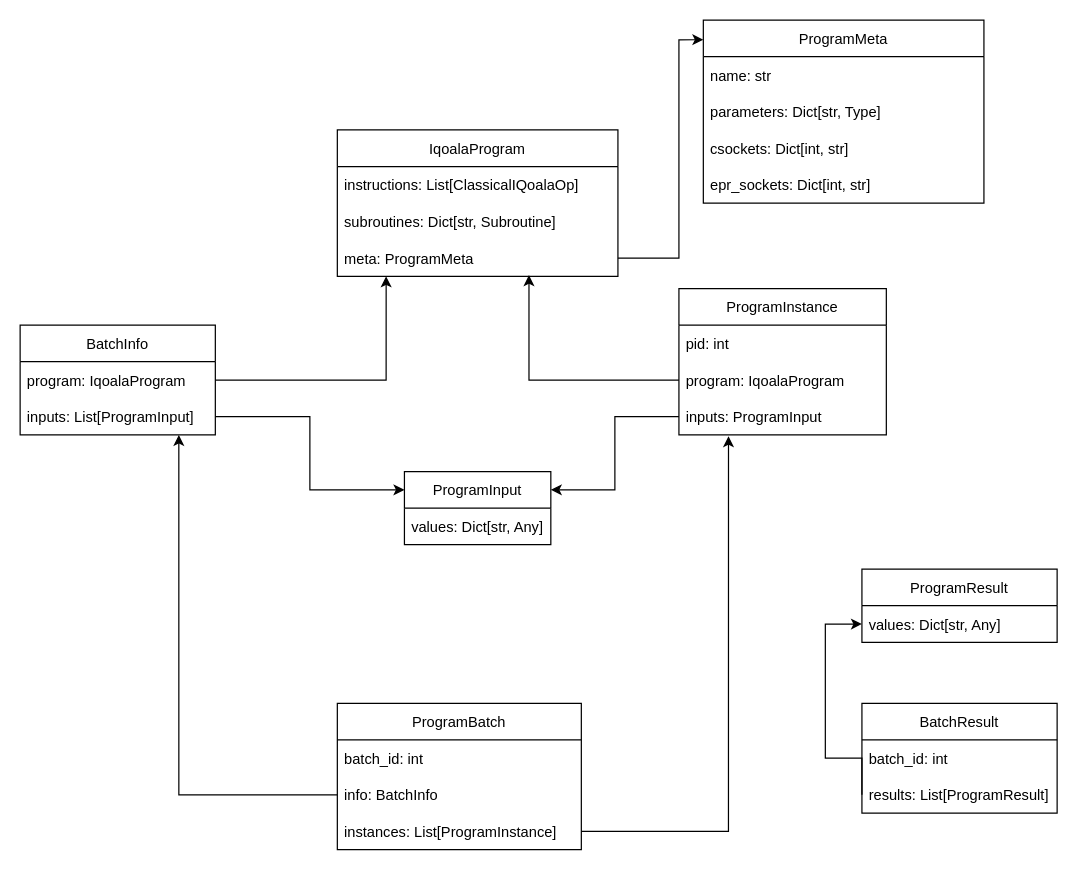
Above: qoala/arch/program_classes.drawio in QuTech-Delft/qoala-sim (draw.io), before the change. Source tidied: cells renumbered, new cells numbered last; positions are measured from the earlier drawing's top-left corner, leaving out a move shared by most shapes. Both pictures are drawn from the tidied source at 122%, with x=0, y=0 at pixel (20, 20).
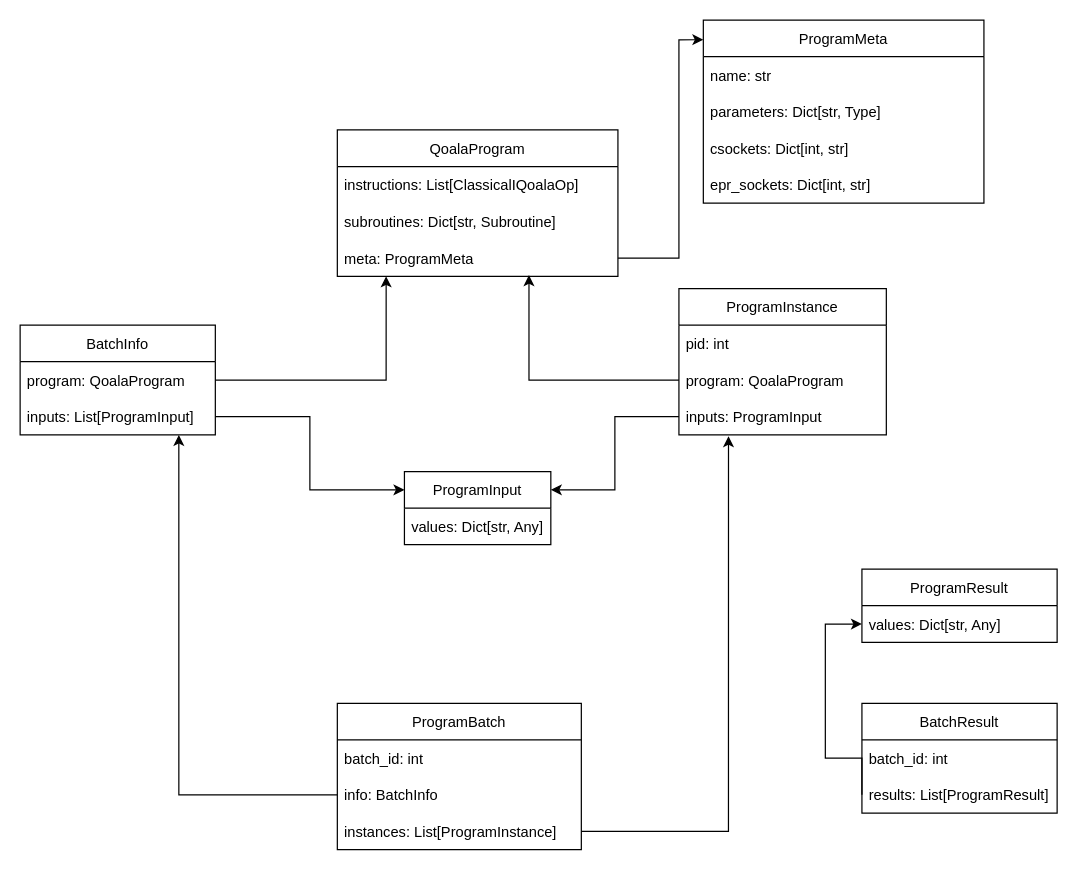
The same page after the edit.

Unchanged cells that the change refers to:
```xml
<mxCell id="6" value="BatchInfo" style="swimlane;fontStyle=0;horizontal=1;startSize=30;" parent="1" vertex="1">
  <mxGeometry y="250" width="160" height="90" as="geometry" />
</mxCell>
<mxCell id="9" value="ProgramInstance" style="swimlane;fontStyle=0;horizontal=1;startSize=30;" parent="1" vertex="1">
  <mxGeometry x="540" y="220" width="170" height="120" as="geometry" />
</mxCell>
```

Diff of the diagram source:
```diff
@@
-    <mxCell id="2" value="IqoalaProgram" style="swimlane;fontStyle=0;horizontal=1;startSize=30;" parent="1" vertex="1">
+    <mxCell id="2" value="QoalaProgram" style="swimlane;fontStyle=0;horizontal=1;startSize=30;" parent="1" vertex="1">
       <mxGeometry x="260" y="90" width="230" height="120" as="geometry" />
     </mxCell>
@@
-    <mxCell id="7" value="program: IqoalaProgram" style="text;strokeColor=none;fillColor=none;align=left;verticalAlign=middle;spacingLeft=4;spacingRight=4;overflow=hidden;points=[[0,0.5],[1,0.5]];portConstraint=eastwest;" parent="6" vertex="1">
+    <mxCell id="7" value="program: QoalaProgram" style="text;strokeColor=none;fillColor=none;align=left;verticalAlign=middle;spacingLeft=4;spacingRight=4;overflow=hidden;points=[[0,0.5],[1,0.5]];portConstraint=eastwest;" parent="6" vertex="1">
       <mxGeometry y="30" width="160" height="30" as="geometry" />
     </mxCell>
@@
-    <mxCell id="11" value="program: IqoalaProgram" style="text;strokeColor=none;fillColor=none;align=left;verticalAlign=middle;spacingLeft=4;spacingRight=4;overflow=hidden;points=[[0,0.5],[1,0.5]];portConstraint=eastwest;" parent="9" vertex="1">
+    <mxCell id="11" value="program: QoalaProgram" style="text;strokeColor=none;fillColor=none;align=left;verticalAlign=middle;spacingLeft=4;spacingRight=4;overflow=hidden;points=[[0,0.5],[1,0.5]];portConstraint=eastwest;" parent="9" vertex="1">
       <mxGeometry y="60" width="170" height="30" as="geometry" />
     </mxCell>
```
